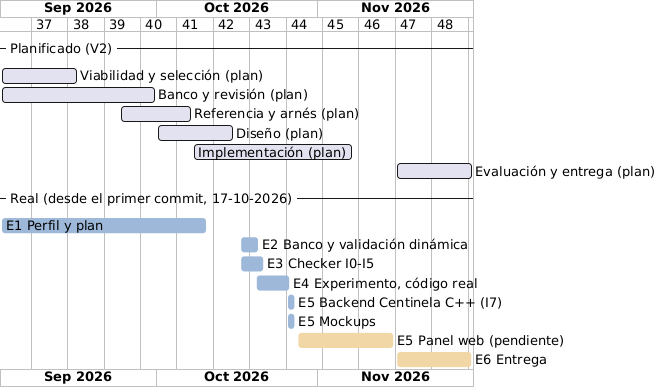
Earlier version of the PlantUML export libro/diagramas/png/2-gantt.png (jasrod12ucsm/checker).
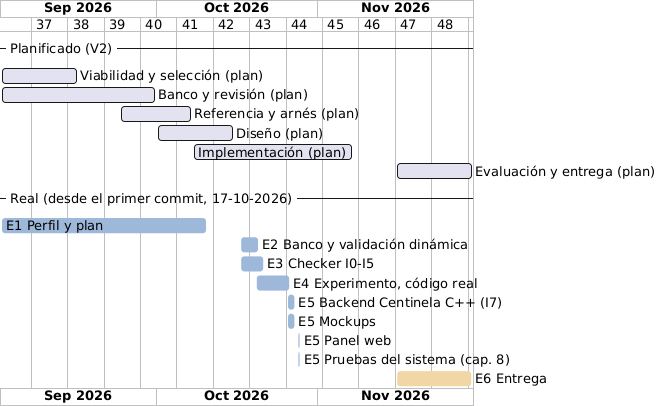
The same file after the commit.

Diff of the diagram source:
```diff
@@ -18,7 +18,8 @@
 [E4 Experimento, código real] starts 2026-10-20 and ends 2026-10-26
 [E5 Backend Centinela C++ (I7)] starts 2026-10-26 and ends 2026-10-27
 [E5 Mockups] starts 2026-10-26 and ends 2026-10-27
-[E5 Panel web (pendiente)] starts 2026-10-28 and ends 2026-11-15
+[E5 Panel web] starts 2026-10-28 and ends 2026-10-28
+[E5 Pruebas del sistema (cap. 8)] starts 2026-10-28 and ends 2026-10-28
 [E6 Entrega] starts 2026-11-16 and ends 2026-11-30
 [E1 Perfil y plan] is colored in #9DB8D9
 [E2 Banco y validación dinámica] is colored in #9DB8D9
@@ -26,6 +27,7 @@
 [E4 Experimento, código real] is colored in #9DB8D9
 [E5 Backend Centinela C++ (I7)] is colored in #9DB8D9
 [E5 Mockups] is colored in #9DB8D9
-[E5 Panel web (pendiente)] is colored in #F2D7A6
+[E5 Panel web] is colored in #9DB8D9
+[E5 Pruebas del sistema (cap. 8)] is colored in #9DB8D9
 [E6 Entrega] is colored in #F2D7A6
 @endgantt
```
